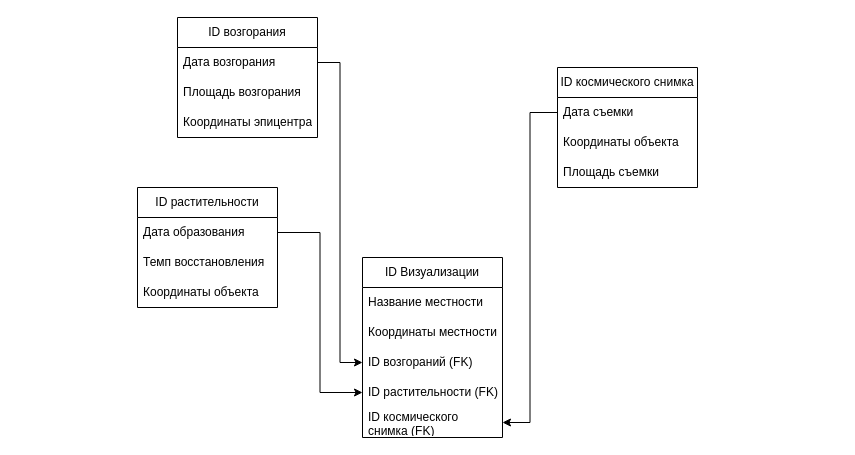
The draw.io diagram Диаграмма без названия.drawio in sukmalo/IDEF1_group, before the edit. Source tidied: cells renumbered, new cells numbered last; positions are measured from the earlier drawing's top-left corner, leaving out a move shared by most shapes. Both pictures are drawn from the tidied source at 100%, with x=0, y=0 at pixel (137, 17).
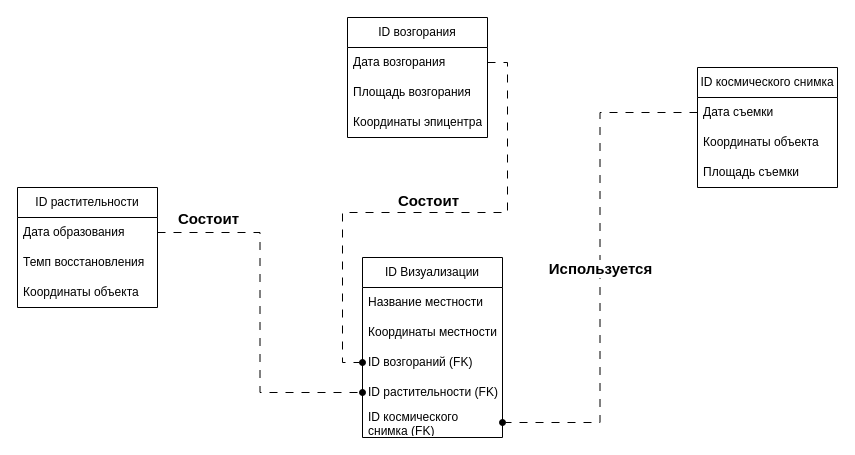
The same page after the edit.

The change refers to these unchanged cells:
```xml
<mxCell id="5" value="&lt;div&gt;ID возгораний (FK)&lt;/div&gt;" style="text;strokeColor=none;fillColor=none;align=left;verticalAlign=middle;spacingLeft=4;spacingRight=4;overflow=hidden;points=[[0,0.5],[1,0.5]];portConstraint=eastwest;whiteSpace=wrap;html=1;" parent="2" vertex="1">
  <mxGeometry y="90" width="140" height="30" as="geometry" />
</mxCell>
<mxCell id="6" value="&lt;div&gt;ID растительности (FK)&lt;/div&gt;" style="text;strokeColor=none;fillColor=none;align=left;verticalAlign=middle;spacingLeft=4;spacingRight=4;overflow=hidden;points=[[0,0.5],[1,0.5]];portConstraint=eastwest;whiteSpace=wrap;html=1;" parent="2" vertex="1">
  <mxGeometry y="120" width="140" height="30" as="geometry" />
</mxCell>
<mxCell id="7" value="&lt;div&gt;ID космического снимка (FK)&lt;/div&gt;" style="text;strokeColor=none;fillColor=none;align=left;verticalAlign=middle;spacingLeft=4;spacingRight=4;overflow=hidden;points=[[0,0.5],[1,0.5]];portConstraint=eastwest;whiteSpace=wrap;html=1;" parent="2" vertex="1">
  <mxGeometry y="150" width="140" height="30" as="geometry" />
</mxCell>
<mxCell id="9" value="Дата образования" style="text;strokeColor=none;fillColor=none;align=left;verticalAlign=middle;spacingLeft=4;spacingRight=4;overflow=hidden;points=[[0,0.5],[1,0.5]];portConstraint=eastwest;whiteSpace=wrap;html=1;" parent="8" vertex="1">
  <mxGeometry y="30" width="140" height="30" as="geometry" />
</mxCell>
<mxCell id="13" value="Дата возгорания" style="text;strokeColor=none;fillColor=none;align=left;verticalAlign=middle;spacingLeft=4;spacingRight=4;overflow=hidden;points=[[0,0.5],[1,0.5]];portConstraint=eastwest;whiteSpace=wrap;html=1;" parent="12" vertex="1">
  <mxGeometry y="30" width="140" height="30" as="geometry" />
</mxCell>
<mxCell id="19" value="Дата съемки" style="text;strokeColor=none;fillColor=none;align=left;verticalAlign=middle;spacingLeft=4;spacingRight=4;overflow=hidden;points=[[0,0.5],[1,0.5]];portConstraint=eastwest;whiteSpace=wrap;html=1;" parent="18" vertex="1">
  <mxGeometry y="30" width="140" height="30" as="geometry" />
</mxCell>
```

Change to the diagram source:
```diff
@@
     <mxCell id="8" value="ID растительности" style="swimlane;fontStyle=0;horizontal=1;startSize=30;whiteSpace=wrap;html=1;" parent="1" vertex="1">
-      <mxGeometry y="170" width="140" height="120" as="geometry" />
+      <mxGeometry x="-120" y="170" width="140" height="120" as="geometry" />
     </mxCell>
@@
     <mxCell id="12" value="ID возгорания" style="swimlane;fontStyle=0;horizontal=1;startSize=30;whiteSpace=wrap;html=1;" parent="1" vertex="1">
-      <mxGeometry x="40" width="140" height="120" as="geometry" />
+      <mxGeometry x="210" width="140" height="120" as="geometry" />
     </mxCell>
@@
-    <mxCell id="16" style="edgeStyle=orthogonalEdgeStyle;rounded=0;jettySize=auto;html=1;entryX=0;entryY=0.5;entryDx=0;entryDy=0;" parent="1" edge="1" source="9" target="6">
+    <mxCell id="16" style="edgeStyle=orthogonalEdgeStyle;rounded=0;jettySize=auto;html=1;entryX=0;entryY=0.5;entryDx=0;entryDy=0;endArrow=oval;endFill=1;dashed=1;dashPattern=8 8;" parent="1" edge="1" source="9" target="6">
       <mxGeometry relative="1" as="geometry" />
     </mxCell>
-    <mxCell id="17" style="edgeStyle=orthogonalEdgeStyle;rounded=0;jettySize=auto;html=1;entryX=0;entryY=0.5;entryDx=0;entryDy=0;" parent="1" edge="1" source="13" target="5">
+    <mxCell id="17" style="edgeStyle=orthogonalEdgeStyle;rounded=0;jettySize=auto;html=1;entryX=0;entryY=0.5;entryDx=0;entryDy=0;dashed=1;dashPattern=8 8;endArrow=oval;endFill=1;" parent="1" edge="1" source="13" target="5">
       <mxGeometry relative="1" as="geometry" />
     </mxCell>
+    <mxCell id="23" value="&lt;font size=&quot;1&quot;&gt;&lt;b style=&quot;font-size: 15px;&quot;&gt;Состоит&lt;/b&gt;&lt;/font&gt;" style="edgeLabel;html=1;align=center;verticalAlign=middle;" parent="17" vertex="1">
+      <mxGeometry x="-0.11" y="2" relative="1" as="geometry">
+        <mxPoint x="-25" y="-15" as="offset" />
+      </mxGeometry>
+    </mxCell>
+    <mxCell id="24" value="&lt;font size=&quot;1&quot;&gt;&lt;b style=&quot;font-size: 15px;&quot;&gt;Состоит&lt;/b&gt;&lt;/font&gt;" style="edgeLabel;html=1;align=center;verticalAlign=middle;" parent="17" vertex="1">
+      <mxGeometry x="-0.11" y="2" relative="1" as="geometry">
+        <mxPoint x="-245" y="3" as="offset" />
+      </mxGeometry>
+    </mxCell>
     <mxCell id="18" value="ID космического снимка" style="swimlane;fontStyle=0;horizontal=1;startSize=30;whiteSpace=wrap;html=1;" parent="1" vertex="1">
-      <mxGeometry x="420" y="50" width="140" height="120" as="geometry" />
+      <mxGeometry x="560" y="50" width="140" height="120" as="geometry" />
     </mxCell>
@@
-    <mxCell id="22" style="edgeStyle=orthogonalEdgeStyle;rounded=0;jettySize=auto;html=1;entryX=1;entryY=0.5;entryDx=0;entryDy=0;" parent="1" edge="1" source="19" target="7">
+    <mxCell id="22" style="edgeStyle=orthogonalEdgeStyle;rounded=0;jettySize=auto;html=1;entryX=1;entryY=0.5;entryDx=0;entryDy=0;dashed=1;dashPattern=8 8;endArrow=oval;endFill=1;" parent="1" edge="1" source="19" target="7">
       <mxGeometry relative="1" as="geometry" />
     </mxCell>
+    <mxCell id="25" value="&lt;font style=&quot;font-size: 15px;&quot;&gt;&lt;b&gt;Используется&lt;/b&gt;&lt;/font&gt;" style="edgeLabel;html=1;align=center;verticalAlign=middle;" parent="22" vertex="1">
+      <mxGeometry relative="1" as="geometry" />
+    </mxCell>
```
